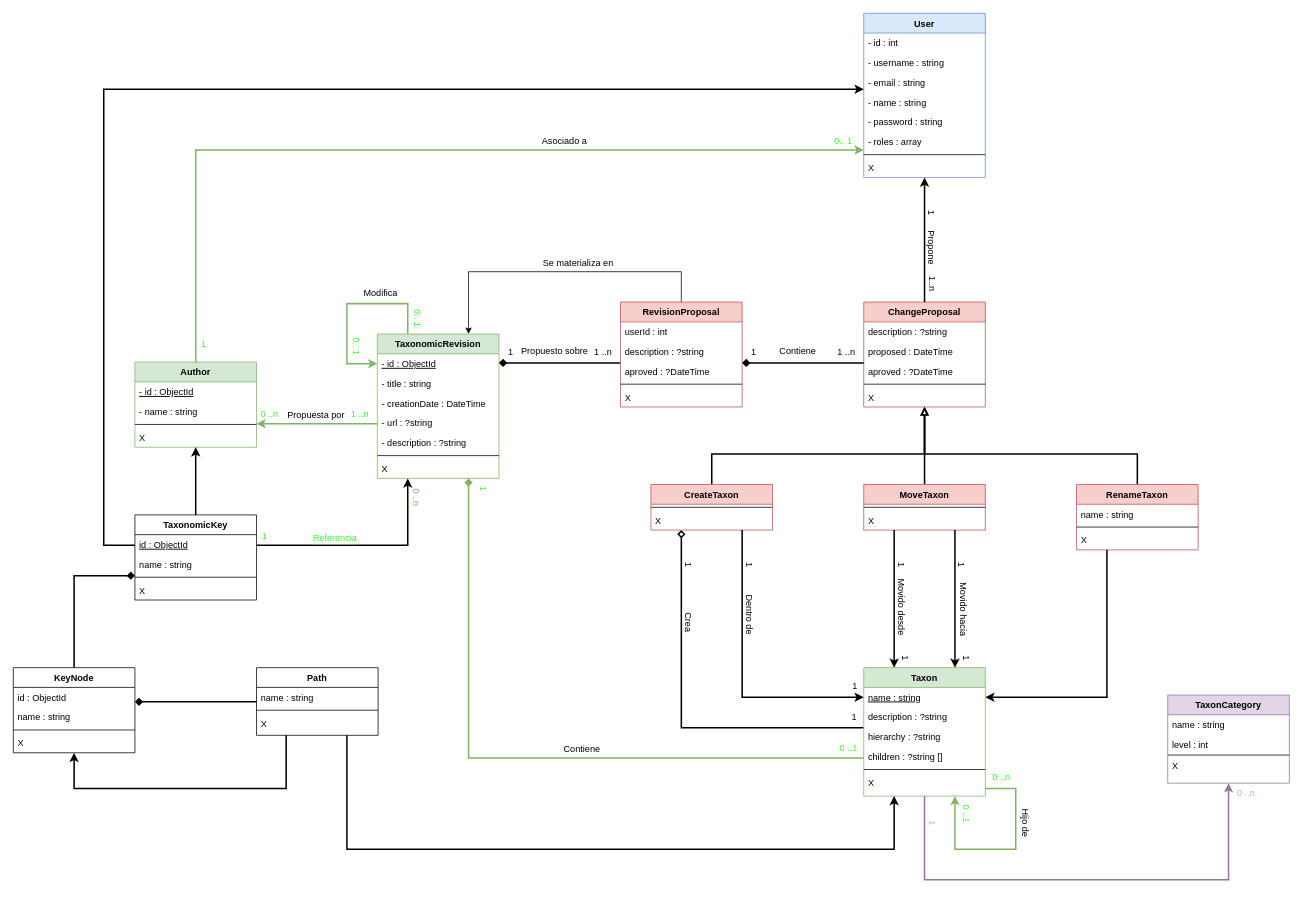
Above: Backend/class-mongodb-diagram.drawio in TAXO-GG/Public (draw.io), before the change. Source tidied: cells renumbered, new cells numbered last; positions are measured from the earlier drawing's top-left corner, leaving out a move shared by most shapes. Both pictures are drawn from the tidied source at 76%, with x=0, y=0 at pixel (13, 13).
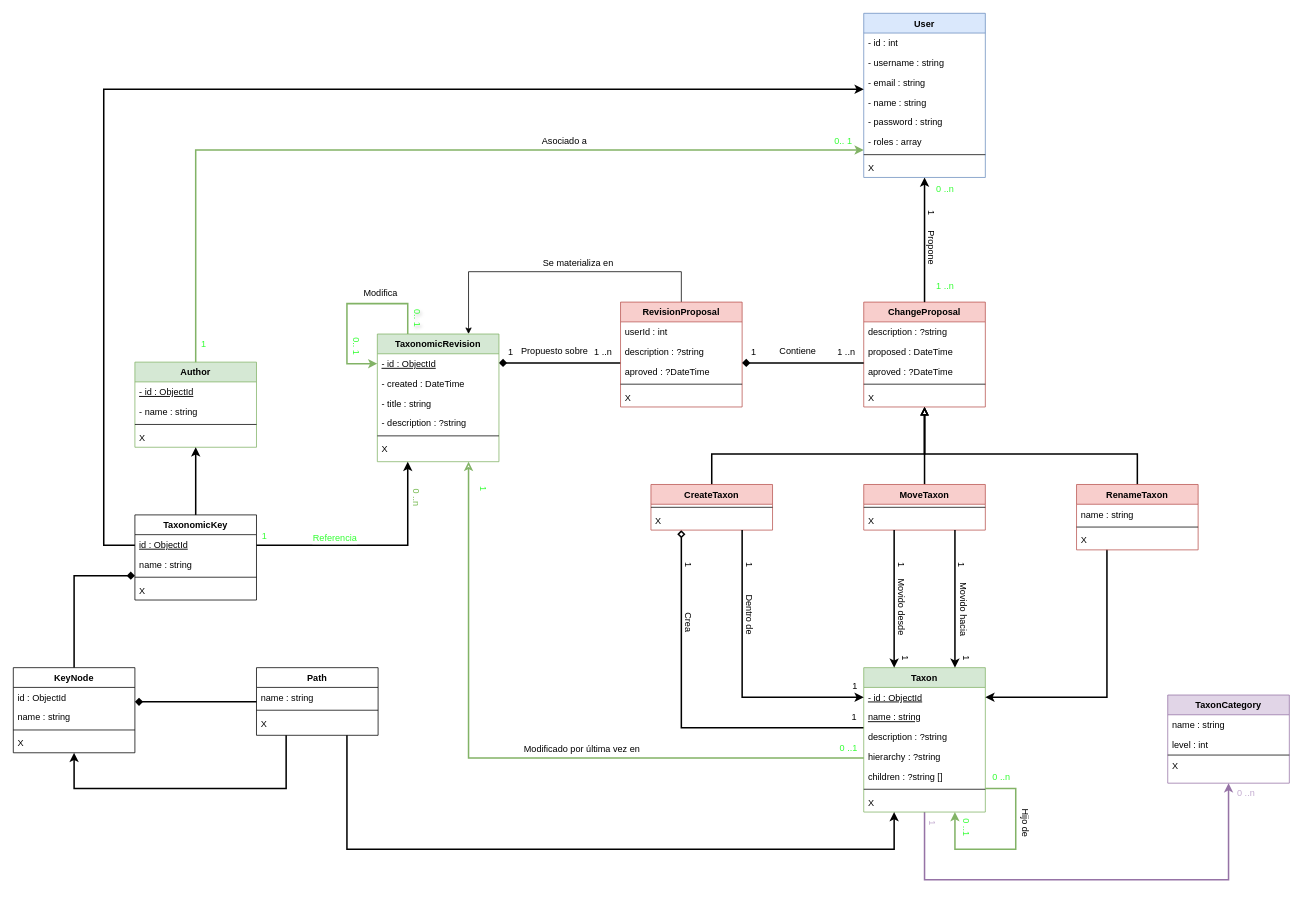
The same diagram, later.

Commit message:
TAXOGG-16 - Actualizado

The change refers to these unchanged cells:
```xml
<mxCell id="23" value="Author" style="swimlane;fontStyle=1;align=center;verticalAlign=top;horizontal=1;startSize=26;rounded=0;shadow=0;strokeWidth=1;fillColor=#d5e8d4;strokeColor=#82b366;" parent="1" vertex="1">
  <mxGeometry x="160" y="459" width="160" height="112" as="geometry" />
</mxCell>
```

What changed in the source:
```diff
@@
     <mxCell id="4" value="TaxonomicRevision" style="swimlane;fontStyle=1;align=center;verticalAlign=top;horizontal=1;startSize=26;rounded=0;shadow=0;strokeWidth=1;fillColor=#d5e8d4;strokeColor=#82b366;" parent="1" vertex="1">
-      <mxGeometry x="479" y="422" width="160" height="190" as="geometry" />
+      <mxGeometry x="479" y="422" width="160" height="168" as="geometry" />
     </mxCell>
@@
+    <mxCell id="7" value="- created : DateTime" style="text;align=left;verticalAlign=top;spacingLeft=4;spacingRight=4;overflow=hidden;rounded=0;shadow=0;html=0;" parent="4" vertex="1">
+      <mxGeometry y="52" width="160" height="26" as="geometry" />
+    </mxCell>
     <mxCell id="6" value="- title : string" style="text;align=left;verticalAlign=top;spacingLeft=4;spacingRight=4;overflow=hidden;rounded=0;shadow=0;html=0;" parent="4" vertex="1">
-      <mxGeometry y="52" width="160" height="26" as="geometry" />
+      <mxGeometry y="78" width="160" height="26" as="geometry" />
     </mxCell>
-    <mxCell id="7" value="- creationDate : DateTime" style="text;align=left;verticalAlign=top;spacingLeft=4;spacingRight=4;overflow=hidden;rounded=0;shadow=0;html=0;" parent="4" vertex="1">
-      <mxGeometry y="78" width="160" height="26" as="geometry" />
-    </mxCell>
-    <mxCell id="8" value="- url : ?string&#10;" style="text;align=left;verticalAlign=top;spacingLeft=4;spacingRight=4;overflow=hidden;rounded=0;shadow=0;html=0;" parent="4" vertex="1">
-      <mxGeometry y="104" width="160" height="26" as="geometry" />
-    </mxCell>
     <mxCell id="9" value="- description : ?string&#10;" style="text;align=left;verticalAlign=top;spacingLeft=4;spacingRight=4;overflow=hidden;rounded=0;shadow=0;html=0;" parent="4" vertex="1">
-      <mxGeometry y="130" width="160" height="26" as="geometry" />
+      <mxGeometry y="104" width="160" height="26" as="geometry" />
     </mxCell>
     <mxCell id="10" style="line;html=1;strokeWidth=1;align=left;verticalAlign=middle;spacingTop=-1;spacingLeft=3;spacingRight=3;labelPosition=right;rounded=0;" parent="4" vertex="1">
-      <mxGeometry y="156" width="160" height="8" as="geometry" />
+      <mxGeometry y="130" width="160" height="8" as="geometry" />
     </mxCell>
@@
     <mxCell id="12" value="X" style="text;align=left;verticalAlign=top;spacingLeft=4;spacingRight=4;overflow=hidden;rounded=0;" parent="4" vertex="1">
-      <mxGeometry y="164" width="160" height="16" as="geometry" />
+      <mxGeometry y="138" width="160" height="16" as="geometry" />
     </mxCell>
@@
     <mxCell id="15" value="Taxon" style="swimlane;fontStyle=1;align=center;verticalAlign=top;horizontal=1;startSize=26;rounded=0;shadow=0;strokeWidth=1;fillColor=#d5e8d4;strokeColor=#82b366;" parent="1" vertex="1">
-      <mxGeometry x="1119" y="861" width="160" height="169" as="geometry" />
+      <mxGeometry x="1119" y="861" width="160" height="190" as="geometry" />
     </mxCell>
+    <mxCell id="139" value="- id : ObjectId" style="text;align=left;verticalAlign=top;spacingLeft=4;spacingRight=4;overflow=hidden;rounded=0;fontStyle=4;" parent="15" vertex="1">
+      <mxGeometry y="26" width="160" height="26" as="geometry" />
+    </mxCell>
     <mxCell id="16" value="name : string" style="text;align=left;verticalAlign=top;spacingLeft=4;spacingRight=4;overflow=hidden;rounded=0;fontStyle=4;" parent="15" vertex="1">
-      <mxGeometry y="26" width="160" height="26" as="geometry" />
+      <mxGeometry y="52" width="160" height="26" as="geometry" />
     </mxCell>
     <mxCell id="17" value="description : ?string" style="text;align=left;verticalAlign=top;spacingLeft=4;spacingRight=4;overflow=hidden;rounded=0;shadow=0;html=0;" parent="15" vertex="1">
-      <mxGeometry y="52" width="160" height="26" as="geometry" />
+      <mxGeometry y="78" width="160" height="26" as="geometry" />
     </mxCell>
     <mxCell id="18" value="hierarchy : ?string" style="text;align=left;verticalAlign=top;spacingLeft=4;spacingRight=4;overflow=hidden;rounded=0;shadow=0;html=0;strokeColor=none;perimeterSpacing=0;glass=0;fontStyle=0;" parent="15" vertex="1">
-      <mxGeometry y="78" width="160" height="26" as="geometry" />
+      <mxGeometry y="104" width="160" height="26" as="geometry" />
     </mxCell>
     <mxCell id="19" value="children : ?string []" style="text;align=left;verticalAlign=top;spacingLeft=4;spacingRight=4;overflow=hidden;rounded=0;shadow=0;html=0;" parent="15" vertex="1">
-      <mxGeometry y="104" width="160" height="26" as="geometry" />
+      <mxGeometry y="130" width="160" height="26" as="geometry" />
     </mxCell>
     <mxCell id="20" style="line;html=1;strokeWidth=1;align=left;verticalAlign=middle;spacingTop=-1;spacingLeft=3;spacingRight=3;labelPosition=right;rounded=0;" parent="15" vertex="1">
-      <mxGeometry y="130" width="160" height="8" as="geometry" />
+      <mxGeometry y="156" width="160" height="8" as="geometry" />
     </mxCell>
     <mxCell id="21" value="X" style="text;align=left;verticalAlign=top;spacingLeft=4;spacingRight=4;overflow=hidden;rounded=0;" parent="15" vertex="1">
-      <mxGeometry y="138" width="160" height="26" as="geometry" />
+      <mxGeometry y="164" width="160" height="26" as="geometry" />
     </mxCell>
-    <mxCell id="22" style="edgeStyle=orthogonalEdgeStyle;rounded=0;jettySize=auto;html=1;endArrow=none;endFill=0;startArrow=diamond;startFill=1;strokeWidth=2;elbow=vertical;fillColor=#d5e8d4;strokeColor=#82b366;" parent="1" edge="1" source="4" target="15">
+    <mxCell id="22" style="edgeStyle=orthogonalEdgeStyle;rounded=0;jettySize=auto;html=1;endArrow=none;endFill=0;startArrow=classic;startFill=0;strokeWidth=2;elbow=vertical;fillColor=#d5e8d4;strokeColor=#82b366;" parent="1" edge="1" source="4" target="15">
       <mxGeometry relative="1" as="geometry">
         <Array as="points">
           <mxPoint x="599" y="980" />
         </Array>
       </mxGeometry>
     </mxCell>
@@
-    <mxCell id="28" value="Contiene" style="text;html=1;align=center;verticalAlign=middle;labelBackgroundColor=none;rounded=0;shadow=0;strokeWidth=1;fontSize=12;" parent="1" vertex="1">
+    <mxCell id="28" value="Modificado por última vez en" style="text;html=1;align=center;verticalAlign=middle;labelBackgroundColor=none;rounded=0;shadow=0;strokeWidth=1;fontSize=12;" parent="1" vertex="1">
       <mxGeometry x="769" y="970" as="geometry">
         <mxPoint x="-22" y="-2" as="offset" />
       </mxGeometry>
     </mxCell>
@@
     <mxCell id="39" value="0 ..n" style="align=right;verticalAlign=bottom;labelBackgroundColor=none;fontSize=12;fontColor=#33FF33;rounded=0;" parent="1" vertex="1">
-      <mxGeometry x="350" y="536" as="geometry" />
+      <mxGeometry x="1239" y="240" as="geometry" />
     </mxCell>
     <mxCell id="40" value="1 ..n" style="align=right;verticalAlign=bottom;labelBackgroundColor=none;fontSize=12;fontColor=#33FF33;rounded=0;" parent="1" vertex="1">
-      <mxGeometry x="469" y="536" as="geometry" />
+      <mxGeometry x="1239" y="367.7" as="geometry" />
     </mxCell>
-    <mxCell id="41" value="Propuesta por" style="text;html=1;align=center;verticalAlign=middle;labelBackgroundColor=none;rounded=0;shadow=0;strokeWidth=1;fontSize=12;" parent="1" vertex="1">
-      <mxGeometry x="405" y="526" as="geometry">
-        <mxPoint x="-8" y="2" as="offset" />
-      </mxGeometry>
-    </mxCell>
-    <mxCell id="42" style="edgeStyle=elbowEdgeStyle;rounded=0;jettySize=auto;html=1;elbow=vertical;startArrow=none;startFill=0;endArrow=classic;endFill=1;strokeWidth=2;fillColor=#d5e8d4;strokeColor=#82b366;" parent="1" edge="1" source="4" target="23">
-      <mxGeometry relative="1" as="geometry">
-        <Array as="points">
-          <mxPoint x="359" y="540" />
-          <mxPoint x="409" y="530" />
-          <mxPoint x="430" y="550" />
-          <mxPoint x="390" y="640" />
-        </Array>
-      </mxGeometry>
-    </mxCell>
@@
-    <mxCell id="84" value="1..n" style="align=left;verticalAlign=bottom;labelBackgroundColor=none;fontSize=12;rotation=90;rounded=0;" parent="1" vertex="1">
-      <mxGeometry x="1200" y="344" as="geometry" />
-    </mxCell>
@@
     <mxCell id="134" value="0 ..1" style="align=right;verticalAlign=bottom;labelBackgroundColor=none;fontSize=12;rotation=90;fontColor=#33FF33;rounded=0;" parent="1" vertex="1">
-      <mxGeometry x="1245" y="1066" as="geometry" />
+      <mxGeometry x="1245" y="1084" as="geometry" />
     </mxCell>
```
